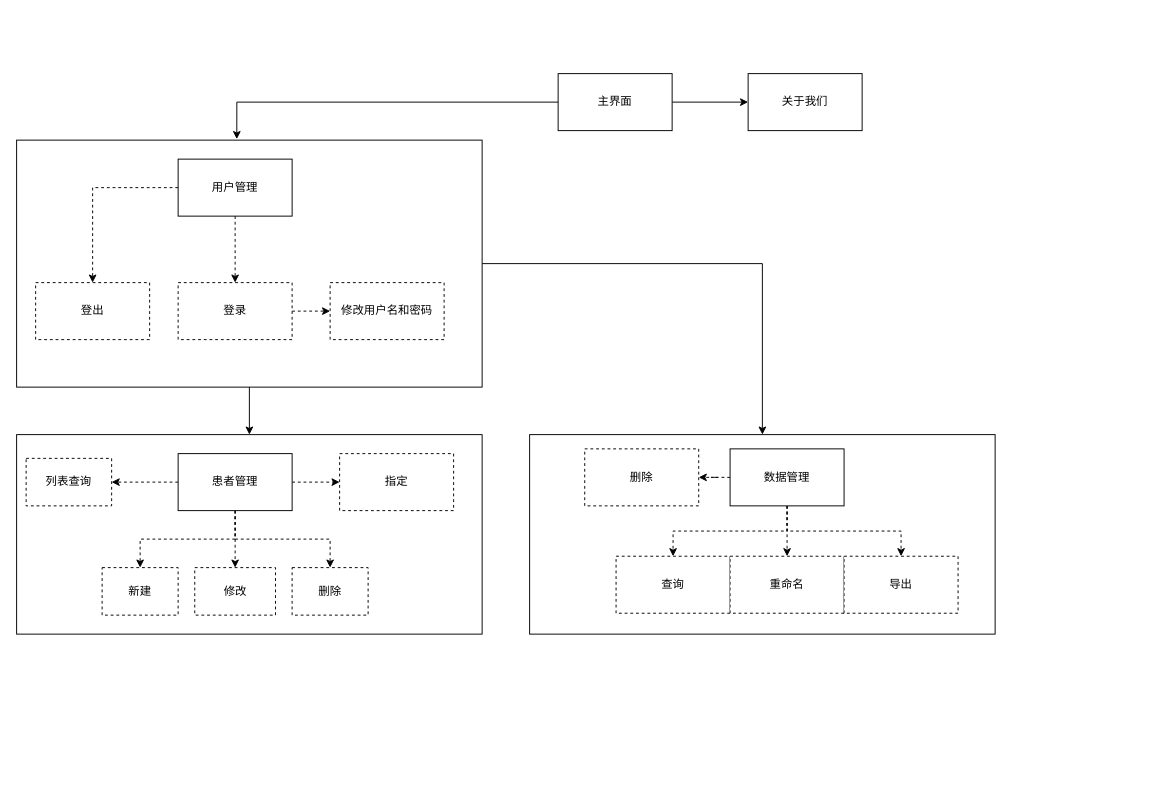
yz360307/draw keeps this draw.io diagram as 概念设计-组成模块层次结构图.drawio. Above is the earlier version. Source tidied: cells renumbered, new cells numbered last; positions are measured from the earlier drawing's top-left corner, leaving out a move shared by most shapes. Both pictures are drawn from the tidied source at 95%, with x=0, y=0 at pixel (16, 73).
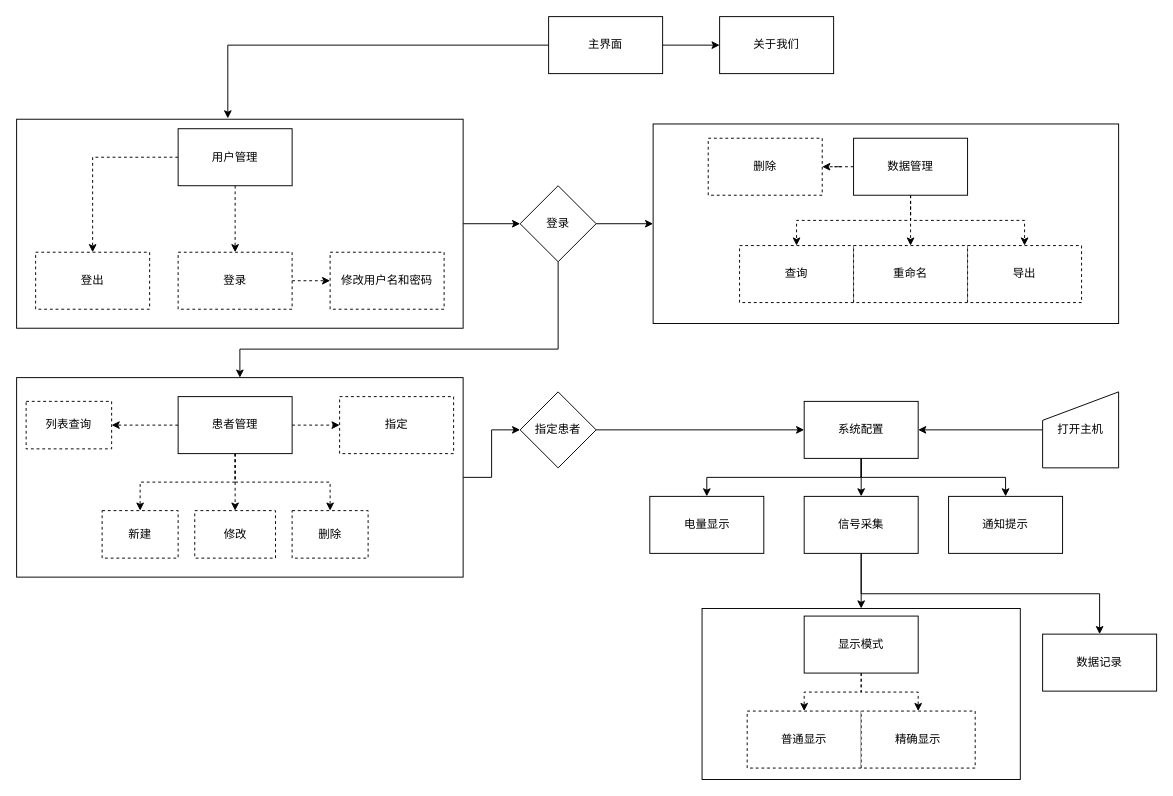
The same page after the edit.

Commit message:
更新概念设计-组成模块层次结构图.drawio

The edit, as a diff of the source:
```diff
@@
+    <mxCell id="38" style="whiteSpace=wrap;html=1;rounded=0;" parent="1" vertex="1">
+      <mxGeometry x="721.5" y="563" width="335" height="180" as="geometry" />
+    </mxCell>
     <mxCell id="2" style="whiteSpace=wrap;html=1;rounded=0;" parent="1" vertex="1">
-      <mxGeometry x="540" y="380" width="490" height="210" as="geometry" />
+      <mxGeometry x="670" y="53" width="490" height="210" as="geometry" />
     </mxCell>
+    <mxCell id="39" style="edgeStyle=orthogonalEdgeStyle;rounded=0;jettySize=auto;html=1;" parent="1" edge="1" source="3" target="60">
+      <mxGeometry relative="1" as="geometry" />
+    </mxCell>
     <mxCell id="3" style="whiteSpace=wrap;html=1;rounded=0;" parent="1" vertex="1">
-      <mxGeometry y="380" width="490" height="210" as="geometry" />
+      <mxGeometry y="320" width="470" height="210" as="geometry" />
     </mxCell>
-    <mxCell id="4" style="edgeStyle=orthogonalEdgeStyle;rounded=0;jettySize=auto;html=1;" parent="1" edge="1" source="5" target="2">
-      <mxGeometry relative="1" as="geometry" />
-    </mxCell>
+    <mxCell id="40" style="edgeStyle=orthogonalEdgeStyle;rounded=0;jettySize=auto;html=1;" parent="1" edge="1" source="5" target="58">
+      <mxGeometry relative="1" as="geometry" />
+    </mxCell>
     <mxCell id="5" style="rounded=0;whiteSpace=wrap;html=1;" parent="1" vertex="1">
-      <mxGeometry y="70" width="490" height="260" as="geometry" />
+      <mxGeometry y="48" width="470" height="220" as="geometry" />
     </mxCell>
@@
     <mxCell id="8" value="主界面" style="rounded=0;html=1;whiteSpace=wrap;" parent="1" vertex="1">
-      <mxGeometry x="570" width="120" height="60" as="geometry" />
+      <mxGeometry x="560" y="-60" width="120" height="60" as="geometry" />
     </mxCell>
@@
     <mxCell id="12" value="用户管理" style="whiteSpace=wrap;html=1;rounded=0;" parent="1" vertex="1">
-      <mxGeometry x="170" y="90" width="120" height="60" as="geometry" />
+      <mxGeometry x="170" y="58" width="120" height="60" as="geometry" />
     </mxCell>
     <mxCell id="13" value="登出" style="whiteSpace=wrap;html=1;rounded=0;dashed=1;" parent="1" vertex="1">
-      <mxGeometry x="20" y="220" width="120" height="60" as="geometry" />
+      <mxGeometry x="20" y="188" width="120" height="60" as="geometry" />
     </mxCell>
-    <mxCell id="14" style="edgeStyle=orthogonalEdgeStyle;rounded=0;jettySize=auto;html=1;" parent="1" edge="1" source="5" target="3">
-      <mxGeometry relative="1" as="geometry" />
-    </mxCell>
     <mxCell id="15" value="登录" style="whiteSpace=wrap;html=1;rounded=0;dashed=1;" parent="1" vertex="1">
-      <mxGeometry x="170" y="220" width="120" height="60" as="geometry" />
+      <mxGeometry x="170" y="188" width="120" height="60" as="geometry" />
     </mxCell>
     <mxCell id="16" value="修改用户名和密码" style="whiteSpace=wrap;html=1;rounded=0;dashed=1;" parent="1" vertex="1">
-      <mxGeometry x="330" y="220" width="120" height="60" as="geometry" />
+      <mxGeometry x="330" y="188" width="120" height="60" as="geometry" />
     </mxCell>
@@
     <mxCell id="22" value="患者管理" style="rounded=0;whiteSpace=wrap;html=1;" parent="1" vertex="1">
-      <mxGeometry x="170" y="400" width="120" height="60" as="geometry" />
+      <mxGeometry x="170" y="340" width="120" height="60" as="geometry" />
     </mxCell>
     <mxCell id="23" value="指定" style="whiteSpace=wrap;html=1;rounded=0;dashed=1;" parent="1" vertex="1">
-      <mxGeometry x="340" y="400" width="120" height="60" as="geometry" />
+      <mxGeometry x="340" y="340" width="120" height="60" as="geometry" />
     </mxCell>
     <mxCell id="24" value="列表查询" style="whiteSpace=wrap;html=1;rounded=0;dashed=1;" parent="1" vertex="1">
-      <mxGeometry x="10" y="405" width="90" height="50" as="geometry" />
+      <mxGeometry x="10" y="345" width="90" height="50" as="geometry" />
     </mxCell>
     <mxCell id="25" value="新建" style="whiteSpace=wrap;html=1;rounded=0;dashed=1;" parent="1" vertex="1">
-      <mxGeometry x="90" y="520" width="80" height="50" as="geometry" />
+      <mxGeometry x="90" y="460" width="80" height="50" as="geometry" />
     </mxCell>
     <mxCell id="26" value="删除" style="whiteSpace=wrap;html=1;rounded=0;dashed=1;" parent="1" vertex="1">
-      <mxGeometry x="290" y="520" width="80" height="50" as="geometry" />
+      <mxGeometry x="290" y="460" width="80" height="50" as="geometry" />
     </mxCell>
     <mxCell id="27" value="&lt;div&gt;修改&lt;/div&gt;" style="whiteSpace=wrap;html=1;rounded=0;dashed=1;" parent="1" vertex="1">
-      <mxGeometry x="187.5" y="520" width="85" height="50" as="geometry" />
+      <mxGeometry x="187.5" y="460" width="85" height="50" as="geometry" />
     </mxCell>
     <mxCell id="28" value="关于我们" style="whiteSpace=wrap;html=1;rounded=0;" parent="1" vertex="1">
-      <mxGeometry x="770" width="120" height="60" as="geometry" />
+      <mxGeometry x="740" y="-60" width="120" height="60" as="geometry" />
     </mxCell>
@@
     <mxCell id="33" value="数据管理" style="rounded=0;whiteSpace=wrap;html=1;" parent="1" vertex="1">
-      <mxGeometry x="751" y="395" width="120" height="60" as="geometry" />
+      <mxGeometry x="881" y="68" width="120" height="60" as="geometry" />
     </mxCell>
     <mxCell id="34" value="删除" style="whiteSpace=wrap;html=1;rounded=0;dashed=1;" parent="1" vertex="1">
-      <mxGeometry x="598" y="395" width="120" height="60" as="geometry" />
+      <mxGeometry x="728" y="68" width="120" height="60" as="geometry" />
     </mxCell>
     <mxCell id="35" value="查询" style="whiteSpace=wrap;html=1;rounded=0;dashed=1;" parent="1" vertex="1">
-      <mxGeometry x="631" y="508" width="120" height="60" as="geometry" />
+      <mxGeometry x="761" y="181" width="120" height="60" as="geometry" />
     </mxCell>
     <mxCell id="36" value="重命名" style="whiteSpace=wrap;html=1;rounded=0;dashed=1;" parent="1" vertex="1">
-      <mxGeometry x="751" y="508" width="120" height="60" as="geometry" />
+      <mxGeometry x="881" y="181" width="120" height="60" as="geometry" />
     </mxCell>
     <mxCell id="37" value="导出" style="whiteSpace=wrap;html=1;rounded=0;dashed=1;" parent="1" vertex="1">
-      <mxGeometry x="871" y="508" width="120" height="60" as="geometry" />
+      <mxGeometry x="1001" y="181" width="120" height="60" as="geometry" />
     </mxCell>
+    <mxCell id="41" style="edgeStyle=orthogonalEdgeStyle;rounded=0;jettySize=auto;html=1;" parent="1" edge="1" source="44" target="47">
+      <mxGeometry relative="1" as="geometry" />
+    </mxCell>
+    <mxCell id="42" style="edgeStyle=orthogonalEdgeStyle;rounded=0;jettySize=auto;html=1;exitX=0.5;exitY=1;exitDx=0;exitDy=0;" parent="1" edge="1" source="44" target="55">
+      <mxGeometry relative="1" as="geometry" />
+    </mxCell>
+    <mxCell id="43" style="edgeStyle=orthogonalEdgeStyle;rounded=0;jettySize=auto;html=1;exitX=0.5;exitY=1;exitDx=0;exitDy=0;" parent="1" edge="1" source="44" target="54">
+      <mxGeometry relative="1" as="geometry" />
+    </mxCell>
+    <mxCell id="44" value="系统配置" style="rounded=0;whiteSpace=wrap;html=1;" parent="1" vertex="1">
+      <mxGeometry x="829" y="345" width="120" height="60" as="geometry" />
+    </mxCell>
+    <mxCell id="45" style="edgeStyle=orthogonalEdgeStyle;rounded=0;jettySize=auto;html=1;" parent="1" edge="1" source="47" target="38">
+      <mxGeometry relative="1" as="geometry" />
+    </mxCell>
+    <mxCell id="46" style="edgeStyle=orthogonalEdgeStyle;rounded=0;jettySize=auto;html=1;exitX=0.5;exitY=1;exitDx=0;exitDy=0;" parent="1" edge="1" source="47" target="53">
+      <mxGeometry relative="1" as="geometry" />
+    </mxCell>
+    <mxCell id="47" value="信号采集" style="whiteSpace=wrap;html=1;rounded=0;" parent="1" vertex="1">
+      <mxGeometry x="829" y="445" width="120" height="60" as="geometry" />
+    </mxCell>
+    <mxCell id="48" style="edgeStyle=orthogonalEdgeStyle;rounded=0;jettySize=auto;html=1;dashed=1;" parent="1" edge="1" source="50" target="51">
+      <mxGeometry relative="1" as="geometry" />
+    </mxCell>
+    <mxCell id="49" style="edgeStyle=orthogonalEdgeStyle;rounded=0;jettySize=auto;html=1;dashed=1;" parent="1" edge="1" source="50" target="52">
+      <mxGeometry relative="1" as="geometry" />
+    </mxCell>
+    <mxCell id="50" value="显示模式" style="rounded=0;whiteSpace=wrap;html=1;" parent="1" vertex="1">
+      <mxGeometry x="829" y="571" width="120" height="60" as="geometry" />
+    </mxCell>
+    <mxCell id="51" value="普通显示" style="whiteSpace=wrap;html=1;rounded=0;dashed=1;" parent="1" vertex="1">
+      <mxGeometry x="769" y="671" width="120" height="60" as="geometry" />
+    </mxCell>
+    <mxCell id="52" value="精确显示" style="whiteSpace=wrap;html=1;rounded=0;dashed=1;" parent="1" vertex="1">
+      <mxGeometry x="889" y="671" width="120" height="60" as="geometry" />
+    </mxCell>
+    <mxCell id="53" value="数据记录" style="whiteSpace=wrap;html=1;rounded=0;" parent="1" vertex="1">
+      <mxGeometry x="1080" y="590" width="120" height="60" as="geometry" />
+    </mxCell>
+    <mxCell id="54" value="通知提示" style="whiteSpace=wrap;html=1;rounded=0;" parent="1" vertex="1">
+      <mxGeometry x="981" y="445" width="120" height="60" as="geometry" />
+    </mxCell>
+    <mxCell id="55" value="电量显示" style="whiteSpace=wrap;html=1;rounded=0;" parent="1" vertex="1">
+      <mxGeometry x="666.5" y="445" width="120" height="60" as="geometry" />
+    </mxCell>
+    <mxCell id="56" style="edgeStyle=orthogonalEdgeStyle;rounded=0;jettySize=auto;html=1;entryX=0;entryY=0.5;entryDx=0;entryDy=0;" parent="1" edge="1" source="58" target="2">
+      <mxGeometry relative="1" as="geometry" />
+    </mxCell>
+    <mxCell id="57" style="edgeStyle=orthogonalEdgeStyle;rounded=0;jettySize=auto;html=1;entryX=0.5;entryY=0;entryDx=0;entryDy=0;exitX=0.5;exitY=1;exitDx=0;exitDy=0;" parent="1" edge="1" source="58" target="3">
+      <mxGeometry relative="1" as="geometry">
+        <Array as="points">
+          <mxPoint x="570" y="290" />
+          <mxPoint x="235" y="290" />
+        </Array>
+      </mxGeometry>
+    </mxCell>
+    <mxCell id="58" value="登录" style="rhombus;whiteSpace=wrap;html=1;rounded=0;" parent="1" vertex="1">
+      <mxGeometry x="530" y="118" width="80" height="80" as="geometry" />
+    </mxCell>
+    <mxCell id="59" style="edgeStyle=orthogonalEdgeStyle;rounded=0;jettySize=auto;html=1;" parent="1" edge="1" source="60" target="44">
+      <mxGeometry relative="1" as="geometry" />
+    </mxCell>
+    <mxCell id="60" value="指定患者" style="rhombus;whiteSpace=wrap;html=1;rounded=0;" parent="1" vertex="1">
+      <mxGeometry x="530" y="335" width="80" height="80" as="geometry" />
+    </mxCell>
+    <mxCell id="61" style="edgeStyle=orthogonalEdgeStyle;rounded=0;jettySize=auto;html=1;" parent="1" edge="1" source="62" target="44">
+      <mxGeometry relative="1" as="geometry" />
+    </mxCell>
+    <mxCell id="62" value="打开主机" style="shape=manualInput;whiteSpace=wrap;html=1;" parent="1" vertex="1">
+      <mxGeometry x="1080" y="335" width="80" height="80" as="geometry" />
+    </mxCell>
```
